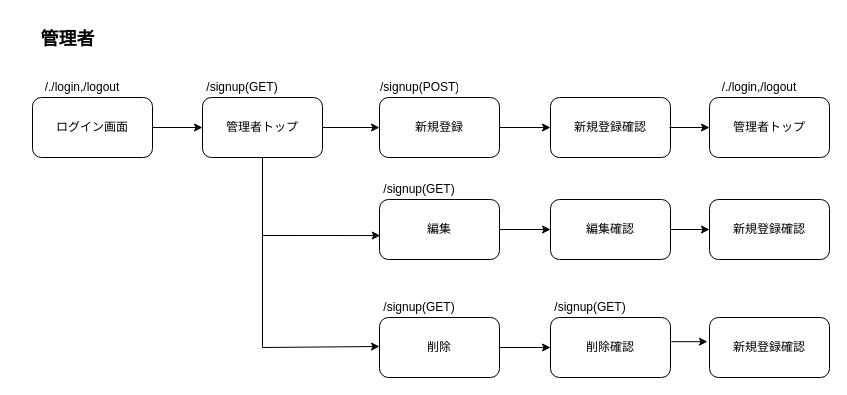
The draw.io diagram doc/02_外部設計/画面遷移図（管理者）.drawio in sumomandarin1203/MuseumProject, before the edit. Source tidied: cells renumbered, new cells numbered last; positions are measured from the earlier drawing's top-left corner, leaving out a move shared by most shapes. Both pictures are drawn from the tidied source at 100%, with x=0, y=0 at pixel (17, 17).
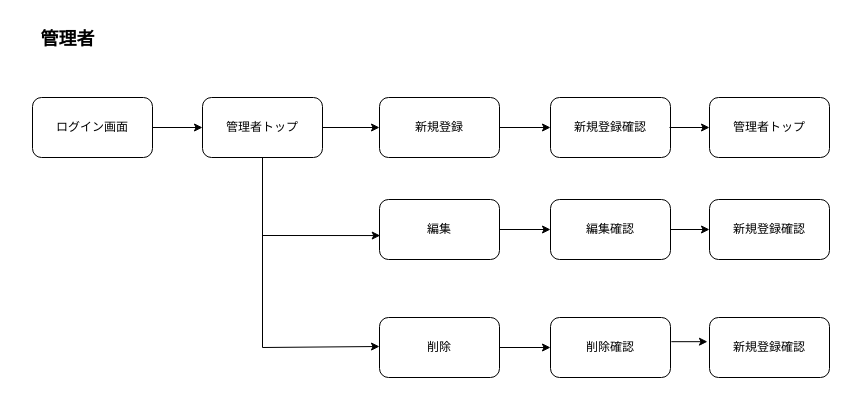
The same page after the edit.

Commit message (it also covers changes not shown here):
画面遷移図を変更しました

The edit, as a diff of the source:
```diff
@@
-    <mxCell id="7" value="/./login,/logout" style="text;html=1;strokeColor=none;fillColor=none;align=center;verticalAlign=middle;whiteSpace=wrap;overflow=hidden;" parent="1" vertex="1">
-      <mxGeometry x="25" y="60" width="80" height="20" as="geometry" />
-    </mxCell>
-    <mxCell id="8" value="/signup(GET)" style="text;html=1;strokeColor=none;fillColor=none;align=center;verticalAlign=middle;whiteSpace=wrap;overflow=hidden;" parent="1" vertex="1">
-      <mxGeometry x="185" y="60" width="80" height="20" as="geometry" />
-    </mxCell>
-    <mxCell id="9" value="/signup(POST)" style="text;html=1;strokeColor=none;fillColor=none;align=center;verticalAlign=middle;whiteSpace=wrap;overflow=hidden;" parent="1" vertex="1">
-      <mxGeometry x="362" y="60" width="80" height="20" as="geometry" />
-    </mxCell>
@@
-    <mxCell id="11" value="/signup(GET)" style="text;html=1;strokeColor=none;fillColor=none;align=center;verticalAlign=middle;whiteSpace=wrap;overflow=hidden;" parent="1" vertex="1">
-      <mxGeometry x="362" y="162" width="80" height="20" as="geometry" />
-    </mxCell>
@@
-    <mxCell id="13" value="/signup(GET)" style="text;html=1;strokeColor=none;fillColor=none;align=center;verticalAlign=middle;whiteSpace=wrap;overflow=hidden;" parent="1" vertex="1">
-      <mxGeometry x="362" y="280" width="80" height="20" as="geometry" />
-    </mxCell>
@@
-    <mxCell id="15" value="/signup(GET)" style="text;html=1;strokeColor=none;fillColor=none;align=center;verticalAlign=middle;whiteSpace=wrap;overflow=hidden;" parent="1" vertex="1">
-      <mxGeometry x="533" y="280" width="80" height="20" as="geometry" />
-    </mxCell>
@@
-    <mxCell id="18" value="/./login,/logout" style="text;html=1;strokeColor=none;fillColor=none;align=center;verticalAlign=middle;whiteSpace=wrap;overflow=hidden;" parent="1" vertex="1">
-      <mxGeometry x="702" y="60" width="80" height="20" as="geometry" />
-    </mxCell>
```
